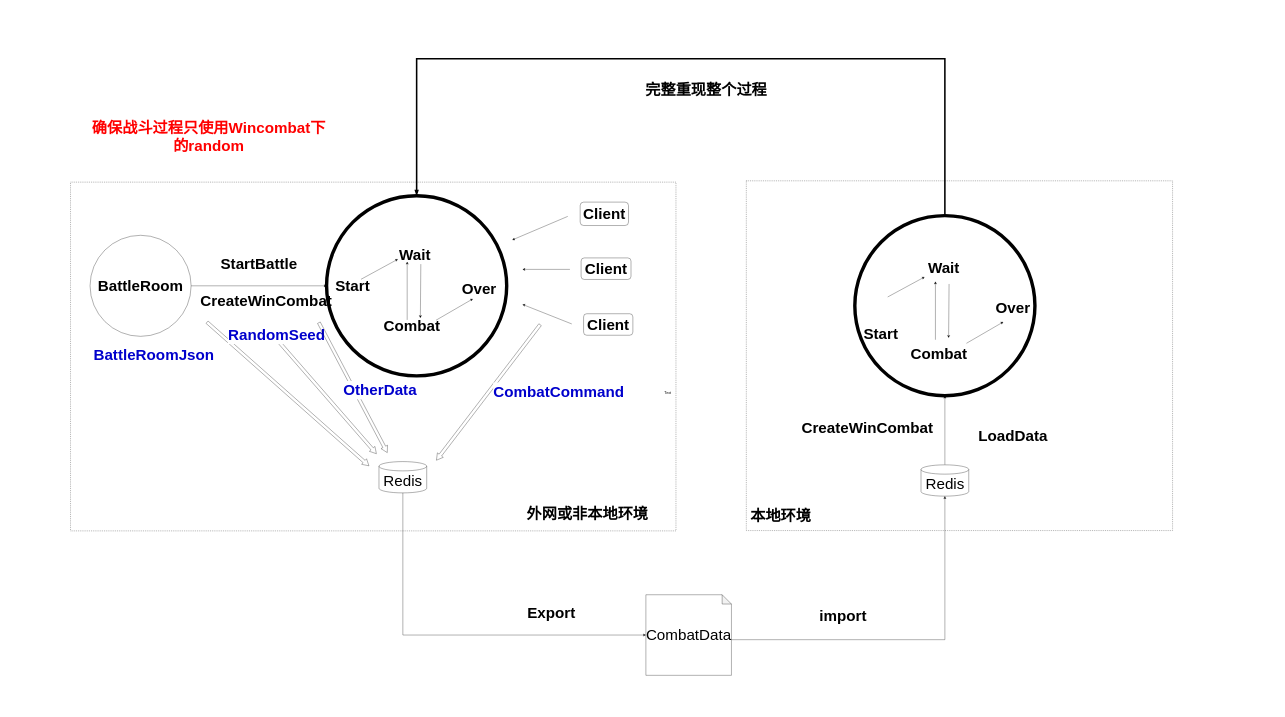
The draw.io diagram Game.drawio in xiaodongYao/DrawIO, before the edit. Source tidied: cells renumbered, new cells numbered last; positions are measured from the earlier drawing's top-left corner, leaving out a move shared by most shapes. Both pictures are drawn from the tidied source at 31%, with x=0, y=0 at pixel (70, 59).
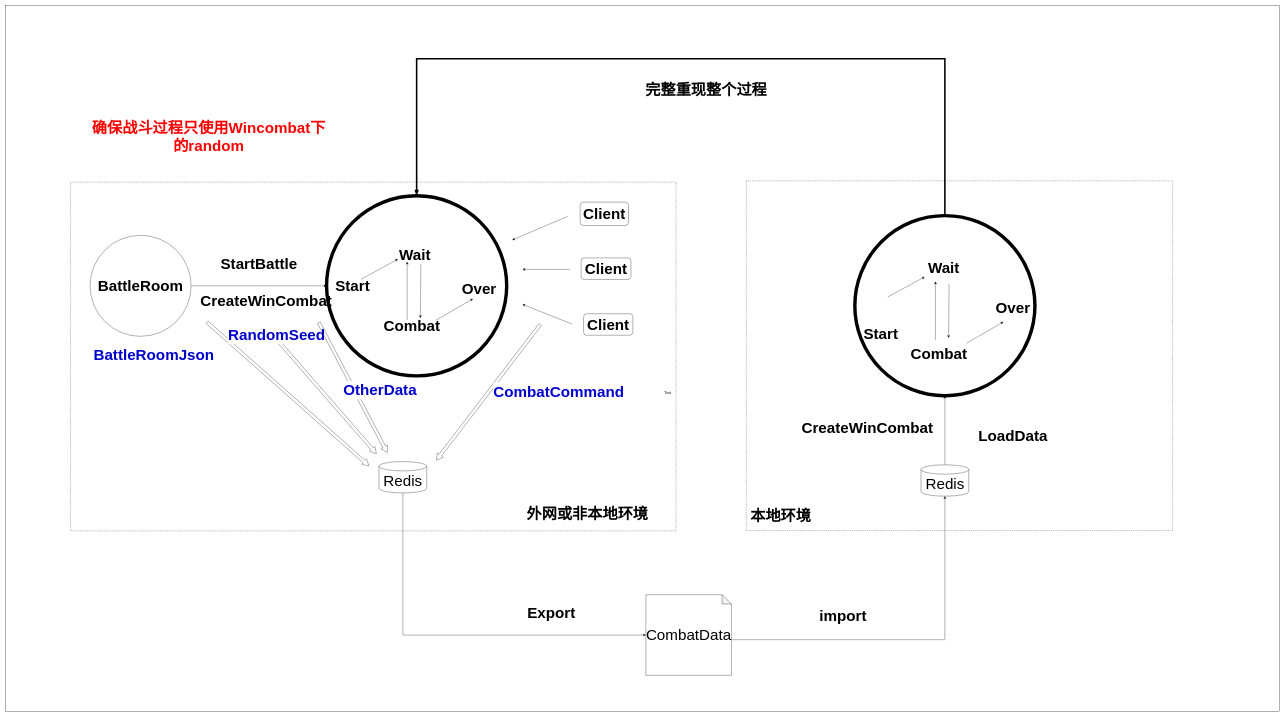
Above is the later version.

Change to the diagram source:
```diff
@@
+    <mxCell id="56" style="rounded=0;whiteSpace=wrap;html=1;" parent="1" vertex="1">
+      <mxGeometry x="-210" y="-172" width="4109" height="2278" as="geometry" />
+    </mxCell>
```
